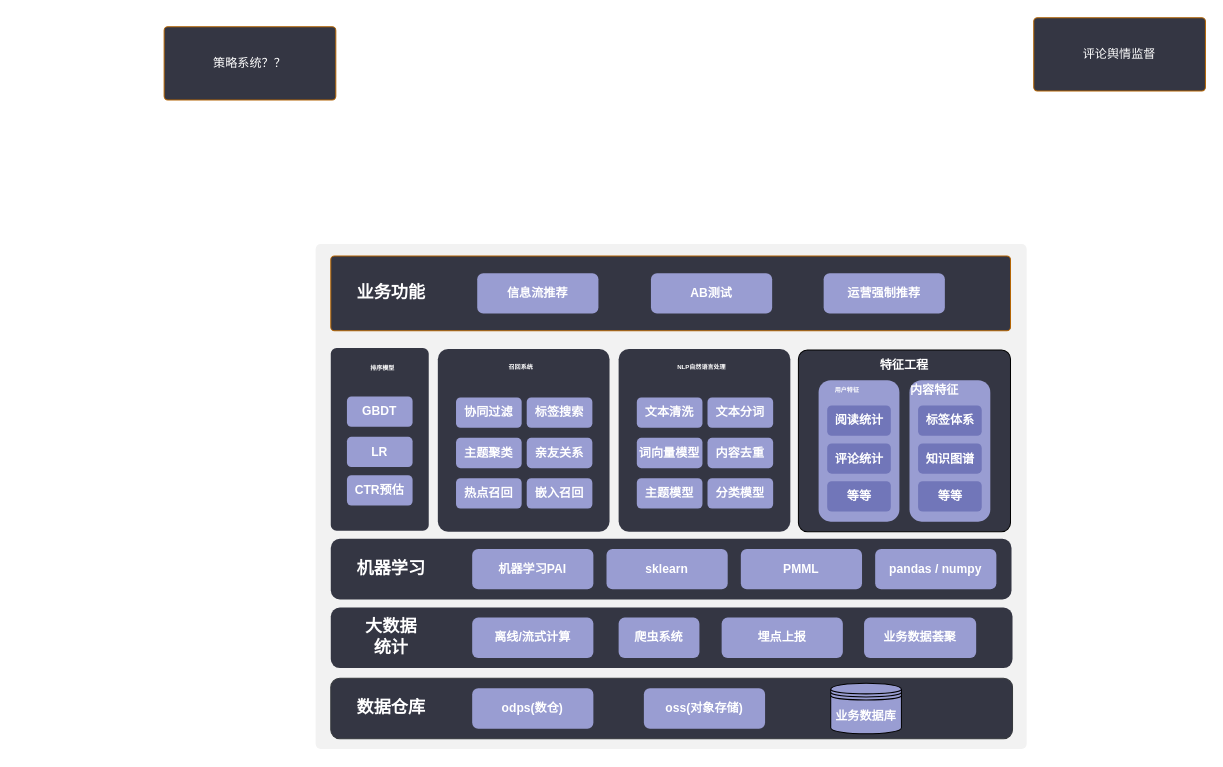
The draw.io diagram 掌通家园-信息流推荐系统架构图.drawio in mufool/draw, before the edit. Source tidied: cells renumbered, new cells numbered last; positions are measured from the earlier drawing's top-left corner, leaving out a move shared by most shapes. Both pictures are drawn from the tidied source at 101%, with x=0, y=0 at pixel (17, 17).
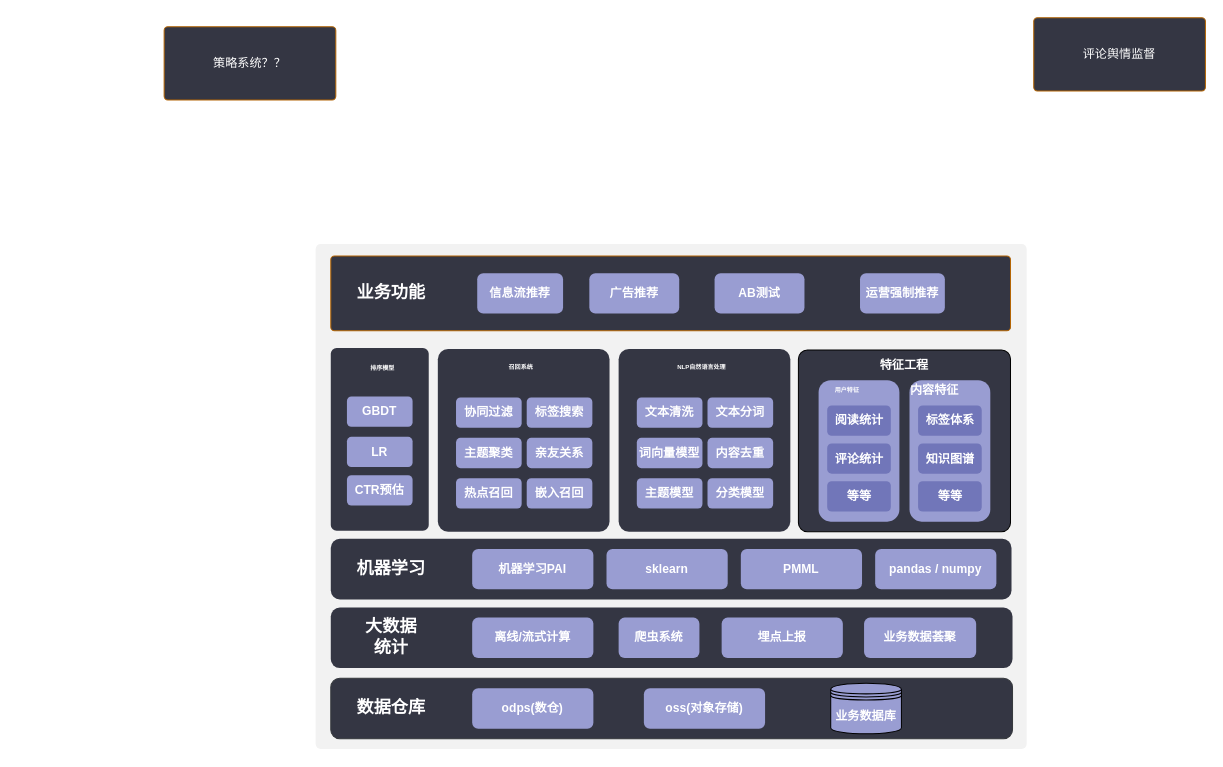
Above is the later version.

Commit message:
Update 掌通家园-信息流推荐系统架构图.drawio

What changed in the source:
```diff
@@
     <mxCell id="62" value="信息流推荐" style="rounded=1;whiteSpace=wrap;html=1;shadow=0;fillColor=#999DD2;strokeColor=none;fontColor=#FFFFFF;fontStyle=1;" parent="1" vertex="1">
-      <mxGeometry x="455" y="253" width="120" height="40" as="geometry" />
+      <mxGeometry x="455" y="253" width="85" height="40" as="geometry" />
     </mxCell>
     <mxCell id="63" value="AB测试" style="rounded=1;whiteSpace=wrap;html=1;shadow=0;fillColor=#999DD2;strokeColor=none;fontColor=#FFFFFF;fontStyle=1;" parent="1" vertex="1">
-      <mxGeometry x="627" y="253" width="120" height="40" as="geometry" />
+      <mxGeometry x="690" y="253" width="89" height="40" as="geometry" />
     </mxCell>
     <mxCell id="64" value="运营强制推荐" style="rounded=1;whiteSpace=wrap;html=1;shadow=0;fillColor=#999DD2;strokeColor=none;fontColor=#FFFFFF;fontStyle=1;" parent="1" vertex="1">
-      <mxGeometry x="798" y="253" width="120" height="40" as="geometry" />
+      <mxGeometry x="834" y="253" width="84" height="40" as="geometry" />
     </mxCell>
+    <mxCell id="65" value="广告推荐" style="rounded=1;whiteSpace=wrap;html=1;shadow=0;fillColor=#999DD2;strokeColor=none;fontColor=#FFFFFF;fontStyle=1;" parent="1" vertex="1">
+      <mxGeometry x="566" y="253" width="89" height="40" as="geometry" />
+    </mxCell>
```
